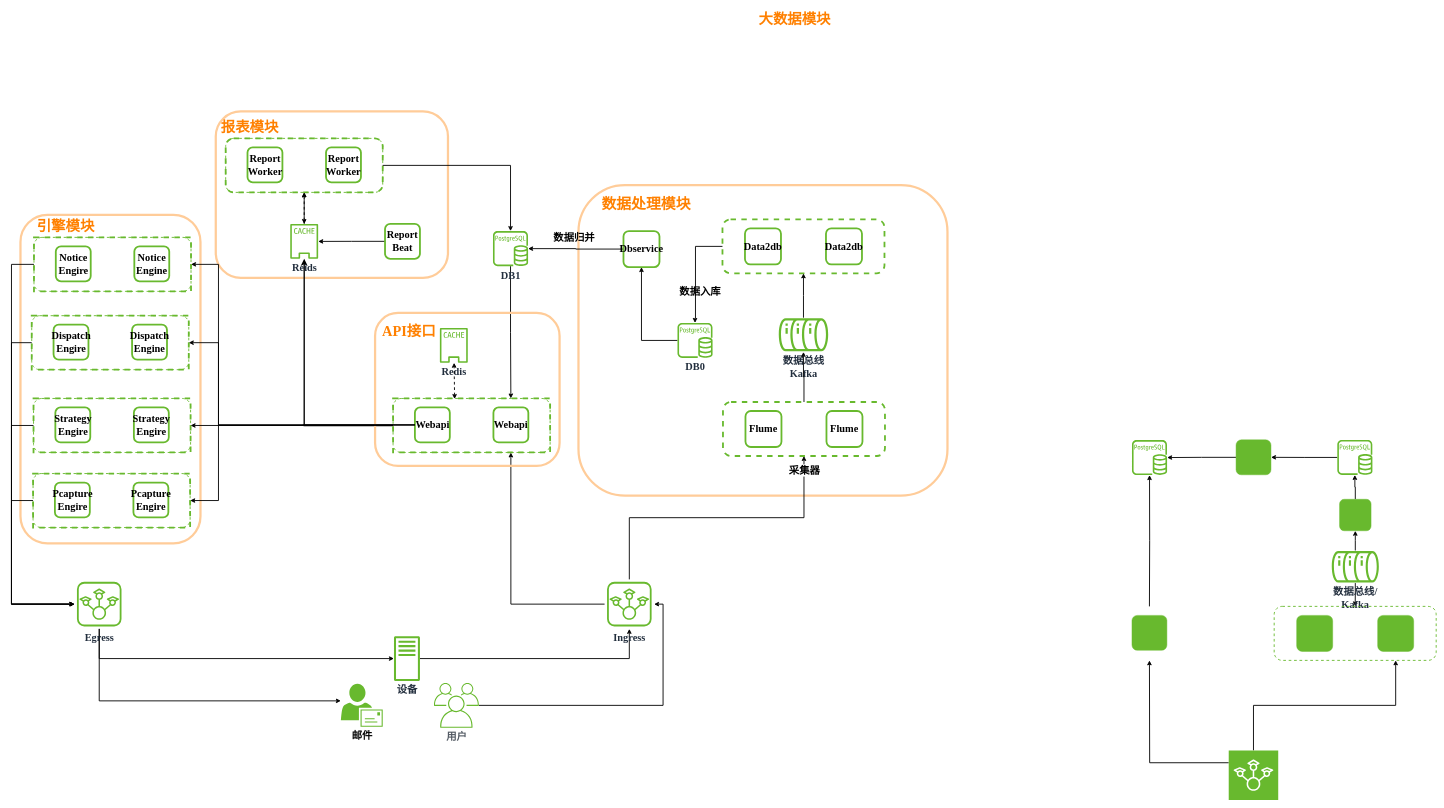
Earlier version of the draw.io diagram arch-2022.drawio (caihuayu0322/drawio-github). Source tidied: cells renumbered, new cells numbered last; positions are measured from the earlier drawing's top-left corner, leaving out a move shared by most shapes. Both pictures are drawn from the tidied source at 45%, with x=0, y=0 at pixel (11, 8).
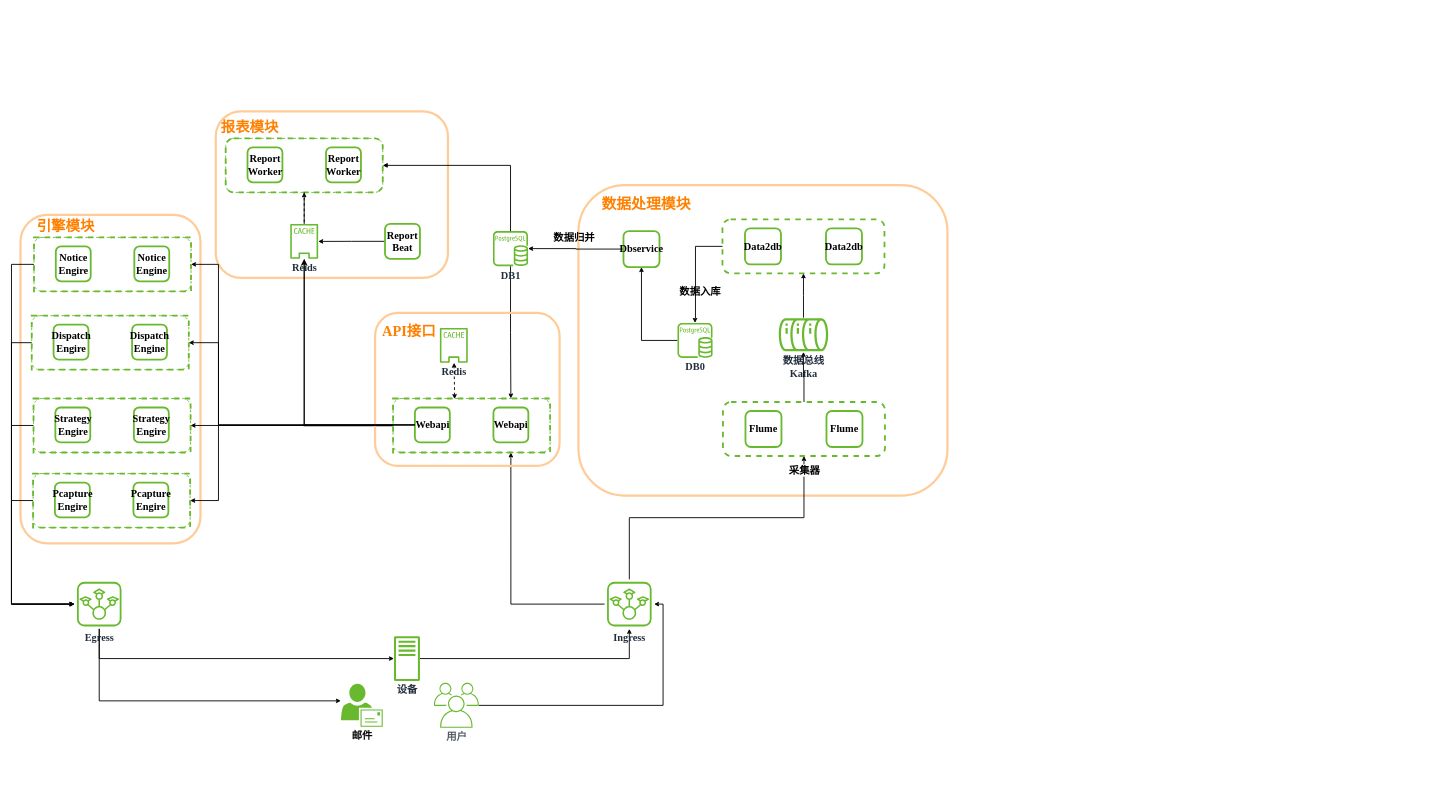
The same diagram, later.

Unchanged cells that the change refers to:
```xml
<mxCell id="34" style="rounded=1;whiteSpace=wrap;html=1;strokeColor=#68B92E;fillColor=none;gradientColor=#68B92E;dashed=1;strokeWidth=2;fontStyle=1;fontFamily=Garamond;fontSize=23;" parent="33" vertex="1">
  <mxGeometry width="349" height="120" as="geometry" />
</mxCell>
<mxCell id="57" value="Reids" style="sketch=0;outlineConnect=0;fontColor=#232F3E;gradientColor=none;fillColor=#68B92E;strokeColor=none;dashed=0;verticalLabelPosition=bottom;verticalAlign=top;align=center;html=1;fontSize=23;fontStyle=1;shape=mxgraph.aws4.cached_volume;rounded=1;shadow=0;strokeWidth=1;fontFamily=Garamond;" parent="1" vertex="1">
  <mxGeometry x="619.5" y="480" width="62" height="78" as="geometry" />
</mxCell>
<mxCell id="97" value="DB1" style="sketch=0;outlineConnect=0;fontColor=#232F3E;gradientColor=none;fillColor=#68B92E;strokeColor=none;dashed=0;verticalLabelPosition=bottom;verticalAlign=top;align=center;html=1;fontSize=23;fontStyle=1;shape=mxgraph.aws4.rds_postgresql_instance;fontFamily=Garamond;" parent="1" vertex="1">
  <mxGeometry x="1070" y="496" width="78" height="78" as="geometry" />
</mxCell>
```

What changed in the source:
```diff
@@
-    <mxCell id="3" style="edgeStyle=orthogonalEdgeStyle;rounded=0;jettySize=auto;html=1;strokeColor=#000000;entryX=1;entryY=0.5;entryDx=0;entryDy=0;strokeWidth=2;fontStyle=1;fontFamily=Garamond;fontSize=23;" parent="1" edge="1" source="4" target="21">
-      <mxGeometry relative="1" as="geometry" />
-    </mxCell>
-    <mxCell id="4" style="sketch=0;outlineConnect=0;fontColor=#232F3E;gradientColor=none;fillColor=#68B92E;strokeColor=none;dashed=0;verticalLabelPosition=bottom;verticalAlign=top;align=center;html=1;fontSize=23;fontStyle=1;shape=mxgraph.aws4.rds_postgresql_instance;fontFamily=Garamond;" parent="1" vertex="1">
-      <mxGeometry x="2946.3" y="960" width="78" height="78" as="geometry" />
-    </mxCell>
-    <mxCell id="5" style="sketch=0;outlineConnect=0;fontColor=#232F3E;gradientColor=none;fillColor=#68B92E;strokeColor=none;dashed=0;verticalLabelPosition=bottom;verticalAlign=top;align=center;html=1;fontSize=23;fontStyle=1;shape=mxgraph.aws4.rds_postgresql_instance;fontFamily=Garamond;" parent="1" vertex="1">
-      <mxGeometry x="2490" y="960.3" width="78" height="78" as="geometry" />
-    </mxCell>
-    <mxCell id="6" style="edgeStyle=orthogonalEdgeStyle;rounded=0;jettySize=auto;html=1;exitX=0.5;exitY=1;exitDx=0;exitDy=0;exitPerimeter=0;entryX=0.75;entryY=1;entryDx=0;entryDy=0;strokeWidth=2;fontStyle=1;fontFamily=Garamond;fontSize=23;" parent="1" edge="1" source="8" target="16">
-      <mxGeometry relative="1" as="geometry" />
-    </mxCell>
-    <mxCell id="7" style="edgeStyle=orthogonalEdgeStyle;rounded=0;jettySize=auto;html=1;entryX=0.75;entryY=1;entryDx=0;entryDy=0;strokeColor=#000000;strokeWidth=2;exitX=1;exitY=0.75;exitDx=0;exitDy=0;exitPerimeter=0;fontStyle=1;fontFamily=Garamond;fontSize=23;" parent="1" edge="1" source="8">
-      <mxGeometry relative="1" as="geometry">
-        <mxPoint x="2528.8" y="1450" as="targetPoint" />
-      </mxGeometry>
-    </mxCell>
-    <mxCell id="8" style="sketch=0;points=[[0,0,0],[0.25,0,0],[0.5,0,0],[0.75,0,0],[1,0,0],[0,1,0],[0.25,1,0],[0.5,1,0],[0.75,1,0],[1,1,0],[0,0.25,0],[0,0.5,0],[0,0.75,0],[1,0.25,0],[1,0.5,0],[1,0.75,0]];outlineConnect=0;fontColor=#232F3E;gradientColor=none;gradientDirection=north;fillColor=#68B92E;strokeColor=#ffffff;dashed=0;verticalLabelPosition=bottom;verticalAlign=top;align=center;html=1;fontSize=23;fontStyle=1;shape=mxgraph.aws4.resourceIcon;resIcon=mxgraph.aws4.iot_sitewise;rounded=1;strokeWidth=2;direction=west;fontFamily=Garamond;" parent="1" vertex="1">
-      <mxGeometry x="2705" y="1650" width="110" height="110" as="geometry" />
-    </mxCell>
-    <mxCell id="9" style="edgeStyle=orthogonalEdgeStyle;rounded=0;jettySize=auto;html=1;strokeColor=#000000;strokeWidth=2;fontStyle=1;fontFamily=Garamond;fontSize=23;" parent="1" edge="1" source="11" target="16">
-      <mxGeometry relative="1" as="geometry" />
-    </mxCell>
-    <mxCell id="10" style="edgeStyle=orthogonalEdgeStyle;rounded=0;jettySize=auto;html=1;entryX=0.5;entryY=1;entryDx=0;entryDy=0;strokeColor=#000000;strokeWidth=2;fontStyle=1;fontFamily=Garamond;fontSize=23;" parent="1" edge="1" source="11" target="13">
-      <mxGeometry relative="1" as="geometry" />
-    </mxCell>
-    <mxCell id="11" value="数据总线/&lt;br style=&quot;font-size: 23px;&quot;&gt;Kafka" style="sketch=0;outlineConnect=0;fontColor=#232F3E;gradientColor=none;fillColor=#68B92E;strokeColor=none;dashed=0;verticalLabelPosition=bottom;verticalAlign=top;align=center;html=1;fontSize=23;fontStyle=1;shape=mxgraph.aws4.iot_analytics_data_store;rounded=1;strokeWidth=1;direction=south;shadow=0;perimeterSpacing=0;fontFamily=Garamond;" parent="1" vertex="1">
-      <mxGeometry x="2934" y="1205.8" width="104.6" height="72.4" as="geometry" />
-    </mxCell>
-    <mxCell id="12" style="edgeStyle=orthogonalEdgeStyle;rounded=0;jettySize=auto;html=1;strokeColor=#000000;strokeWidth=2;fontStyle=1;fontFamily=Garamond;fontSize=23;" parent="1" edge="1" source="13" target="4">
-      <mxGeometry relative="1" as="geometry" />
-    </mxCell>
-    <mxCell id="13" style="whiteSpace=wrap;html=1;strokeColor=#68B92E;fillColor=#68B92E;gradientColor=#68B92E;rounded=1;fontStyle=1;fontFamily=Garamond;fontSize=23;" parent="1" vertex="1">
-      <mxGeometry x="2951.3" y="1092" width="70" height="70" as="geometry" />
-    </mxCell>
-    <mxCell id="14" style="edgeStyle=orthogonalEdgeStyle;rounded=0;jettySize=auto;html=1;strokeColor=#000000;exitX=0;exitY=0.5;exitDx=0;exitDy=0;strokeWidth=2;fontStyle=1;fontFamily=Garamond;fontSize=23;" parent="1" edge="1" source="21" target="5">
-      <mxGeometry relative="1" as="geometry" />
-    </mxCell>
-    <mxCell id="15" style="group;fontStyle=1;fontFamily=Garamond;fontSize=23;" parent="1" vertex="1">
-      <mxGeometry x="2806" y="1330" width="360" height="120" as="geometry" />
-    </mxCell>
-    <mxCell id="16" style="rounded=1;whiteSpace=wrap;html=1;strokeColor=#68B92E;fillColor=none;gradientColor=#68B92E;dashed=1;strokeWidth=2;fontStyle=1;fontFamily=Garamond;fontSize=23;" parent="15" vertex="1">
-      <mxGeometry width="360" height="120" as="geometry" />
-    </mxCell>
-    <mxCell id="17" style="whiteSpace=wrap;html=1;strokeColor=#68B92E;fillColor=#68B92E;gradientColor=#68B92E;rounded=1;fontStyle=1;fontFamily=Garamond;fontSize=23;" parent="15" vertex="1">
-      <mxGeometry x="50" y="20" width="80" height="80" as="geometry" />
-    </mxCell>
-    <mxCell id="18" style="whiteSpace=wrap;html=1;strokeColor=#68B92E;fillColor=#68B92E;gradientColor=#68B92E;rounded=1;fontStyle=1;fontFamily=Garamond;fontSize=23;" parent="15" vertex="1">
-      <mxGeometry x="230" y="20" width="80" height="80" as="geometry" />
-    </mxCell>
-    <mxCell id="19" style="whiteSpace=wrap;html=1;strokeColor=#68B92E;fillColor=#68B92E;gradientColor=#68B92E;rounded=1;fontStyle=1;fontFamily=Garamond;fontSize=23;" parent="1" vertex="1">
-      <mxGeometry x="2490" y="1350" width="77.6" height="77.6" as="geometry" />
-    </mxCell>
-    <mxCell id="20" style="edgeStyle=orthogonalEdgeStyle;rounded=0;jettySize=auto;html=1;strokeColor=#000000;strokeWidth=2;exitX=0.75;exitY=0;exitDx=0;exitDy=0;fontStyle=1;fontFamily=Garamond;fontSize=23;" parent="1" edge="1" target="5">
-      <mxGeometry relative="1" as="geometry">
-        <mxPoint x="2528.8" y="1330" as="sourcePoint" />
-      </mxGeometry>
-    </mxCell>
-    <mxCell id="21" style="whiteSpace=wrap;html=1;strokeColor=#68B92E;fillColor=#68B92E;gradientColor=#68B92E;rounded=1;fontStyle=1;fontFamily=Garamond;fontSize=23;" parent="1" vertex="1">
-      <mxGeometry x="2721.3" y="960" width="77.6" height="77.6" as="geometry" />
-    </mxCell>
@@
-    <mxCell id="59" style="endArrow=classic;startArrow=classic;html=1;rounded=0;dashed=1;strokeColor=#000000;strokeWidth=2;exitX=0.5;exitY=1;exitDx=0;exitDy=0;fontStyle=1;fontFamily=Garamond;fontSize=23;" parent="1" edge="1" source="34" target="57">
+    <mxCell id="59" style="endArrow=none;startArrow=none;html=1;rounded=0;dashed=1;strokeColor=#000000;strokeWidth=2;exitX=0.5;exitY=1;exitDx=0;exitDy=0;fontStyle=1;fontFamily=Garamond;fontSize=23;startFill=0;endFill=0;" parent="1" edge="1" source="34" target="57">
       <mxGeometry relative="1" as="geometry" />
     </mxCell>
@@
-    <mxCell id="68" value="大数据模块" style="text;html=1;align=center;verticalAlign=middle;strokeColor=none;fillColor=none;fontSize=32;fontFamily=Garamond;fontColor=#FF8000;fontStyle=1;" parent="1" vertex="1">
-      <mxGeometry x="1650" width="180" height="50" as="geometry" />
-    </mxCell>
@@
-    <mxCell id="105" style="edgeStyle=orthogonalEdgeStyle;rounded=0;jettySize=auto;html=1;strokeWidth=2;fontSize=33;fontColor=#FF8000;" parent="1" edge="1" source="34" target="97">
+    <mxCell id="105" style="edgeStyle=orthogonalEdgeStyle;rounded=0;jettySize=auto;html=1;strokeWidth=2;fontSize=33;fontColor=#FF8000;startArrow=block;startFill=1;endArrow=none;endFill=0;" parent="1" edge="1" source="34" target="97">
       <mxGeometry relative="1" as="geometry" />
     </mxCell>
```
